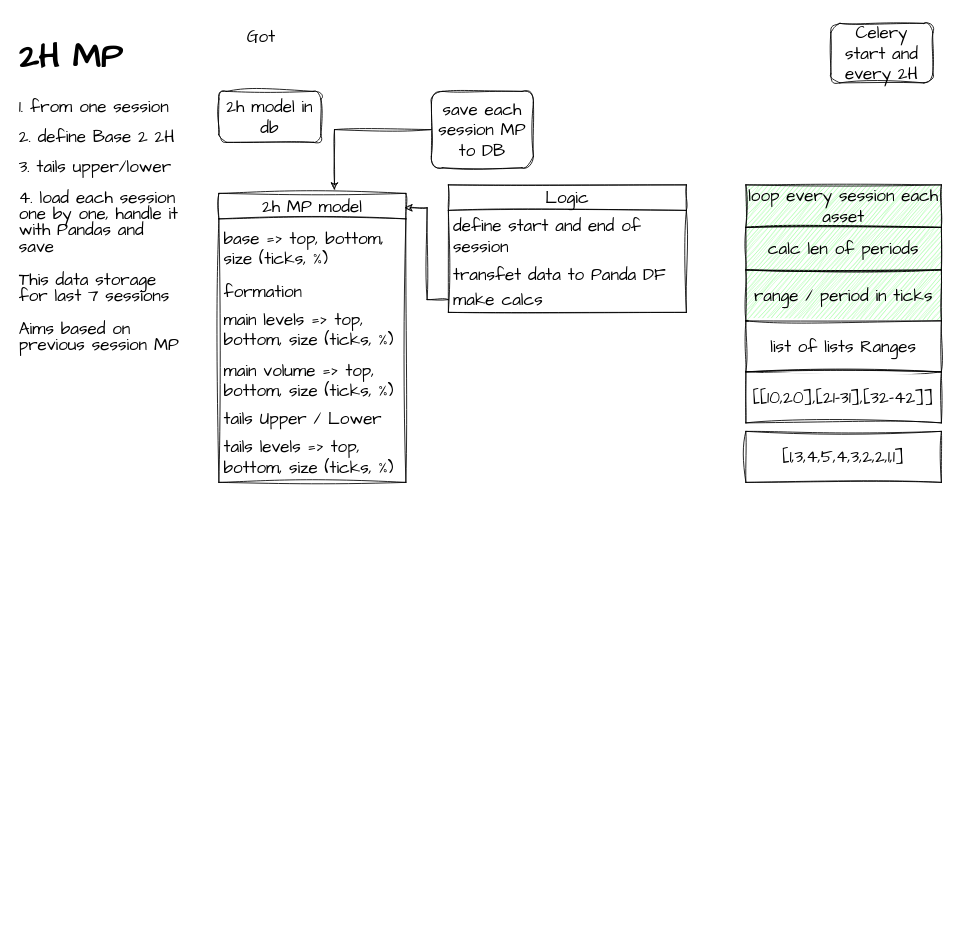
Above: page "2h_mp" (3 of 8) of structure.drawio in Kupavtsev/markets_data_handler (draw.io), before the change. Source tidied: cells renumbered, new cells numbered last; positions are measured from the earlier drawing's top-left corner, leaving out a move shared by most shapes. Both pictures are drawn from the tidied source at 85%, with x=0, y=0 at pixel (14, 23).
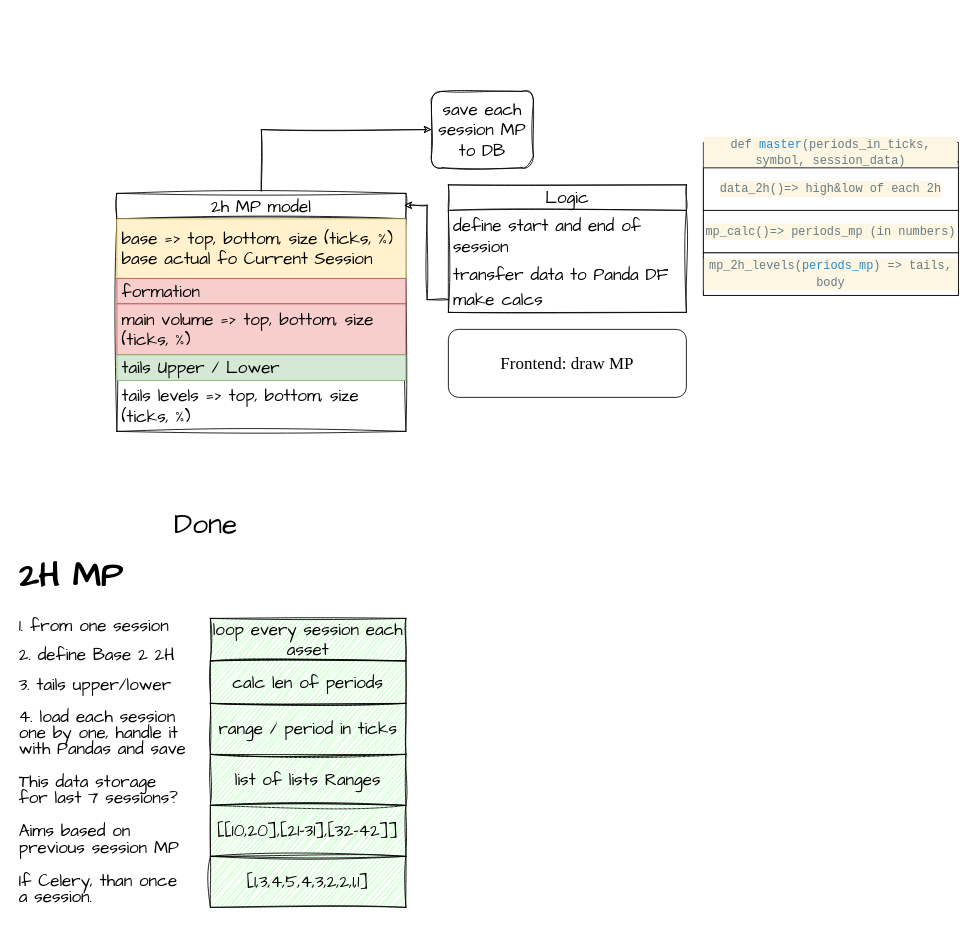
The same page after the edit.

Unchanged cells that the change refers to:
```xml
<mxCell id="5" value="save each session MP to DB" style="rounded=1;whiteSpace=wrap;html=1;sketch=1;hachureGap=4;jiggle=2;curveFitting=1;fontFamily=Architects Daughter;fontSize=20;" parent="1" vertex="1">
  <mxGeometry x="490" y="80" width="120" height="90" as="geometry" />
</mxCell>
<mxCell id="14" value="Logic" style="swimlane;fontStyle=0;horizontal=1;startSize=30;whiteSpace=wrap;html=1;sketch=1;hachureGap=4;jiggle=2;curveFitting=1;fontFamily=Architects Daughter;fontSize=20;" parent="1" vertex="1">
  <mxGeometry x="510" y="190" width="280" height="150" as="geometry" />
</mxCell>
```

Change to the diagram source:
```diff
@@
-    <mxCell id="2" value="2h model in db" style="rounded=1;whiteSpace=wrap;html=1;sketch=1;hachureGap=4;jiggle=2;curveFitting=1;fontFamily=Architects Daughter;fontSize=20;" parent="1" vertex="1">
-      <mxGeometry x="240" y="80" width="120" height="60" as="geometry" />
-    </mxCell>
-    <mxCell id="3" value="&lt;h1&gt;2H MP&lt;/h1&gt;&lt;p style=&quot;line-height: 75%;&quot;&gt;1. from one session&lt;/p&gt;&lt;p style=&quot;line-height: 75%;&quot;&gt;2. define Base 2 2H&lt;/p&gt;&lt;p style=&quot;line-height: 75%;&quot;&gt;3. tails upper/lower&lt;/p&gt;&lt;p style=&quot;line-height: 95%;&quot;&gt;4. load each session one by one, handle it with Pandas and save&lt;/p&gt;&lt;p style=&quot;line-height: 95%;&quot;&gt;This data storage for last 7 sessions&lt;/p&gt;&lt;p style=&quot;line-height: 95%;&quot;&gt;Aims based on previous session MP&lt;/p&gt;" style="text;html=1;strokeColor=none;fillColor=none;spacing=5;spacingTop=-20;whiteSpace=wrap;overflow=hidden;rounded=0;fontSize=20;fontFamily=Architects Daughter;" parent="1" vertex="1">
-      <mxGeometry width="200" height="410" as="geometry" />
+    <mxCell id="3" value="&lt;h1&gt;2H MP&lt;/h1&gt;&lt;p style=&quot;line-height: 75%;&quot;&gt;1. from one session&lt;/p&gt;&lt;p style=&quot;line-height: 75%;&quot;&gt;2. define Base 2 2H&lt;/p&gt;&lt;p style=&quot;line-height: 75%;&quot;&gt;3. tails upper/lower&lt;/p&gt;&lt;p style=&quot;line-height: 95%;&quot;&gt;4. load each session one by one, handle it with Pandas and save&lt;/p&gt;&lt;p style=&quot;line-height: 95%;&quot;&gt;This data storage for last 7 sessions?&lt;/p&gt;&lt;p style=&quot;line-height: 95%;&quot;&gt;Aims based on previous session MP&lt;/p&gt;&lt;p style=&quot;line-height: 95%;&quot;&gt;If Celery, than once a session.&lt;/p&gt;" style="text;html=1;strokeColor=none;fillColor=none;spacing=5;spacingTop=-20;whiteSpace=wrap;overflow=hidden;rounded=0;fontSize=20;fontFamily=Architects Daughter;" parent="1" vertex="1">
+      <mxGeometry y="610" width="210" height="460" as="geometry" />
     </mxCell>
-    <mxCell id="4" style="edgeStyle=orthogonalEdgeStyle;rounded=0;sketch=1;hachureGap=4;jiggle=2;curveFitting=1;jettySize=auto;html=1;exitX=0;exitY=0.5;exitDx=0;exitDy=0;entryX=0.618;entryY=-0.012;entryDx=0;entryDy=0;entryPerimeter=0;fontFamily=Architects Daughter;fontSize=16;" parent="1" edge="1" source="5" target="7">
-      <mxGeometry relative="1" as="geometry" />
-    </mxCell>
@@
-    <mxCell id="6" value="Got" style="text;html=1;strokeColor=none;fillColor=none;align=center;verticalAlign=middle;whiteSpace=wrap;rounded=0;fontSize=20;fontFamily=Architects Daughter;" parent="1" vertex="1">
-      <mxGeometry x="260" width="60" height="30" as="geometry" />
-    </mxCell>
+    <mxCell id="26" style="edgeStyle=orthogonalEdgeStyle;rounded=0;sketch=1;hachureGap=4;jiggle=2;curveFitting=1;jettySize=auto;html=1;exitX=0.5;exitY=0;exitDx=0;exitDy=0;entryX=0;entryY=0.5;entryDx=0;entryDy=0;fontFamily=Architects Daughter;fontSize=16;" parent="1" edge="1" source="7" target="5">
+      <mxGeometry relative="1" as="geometry" />
+    </mxCell>
     <mxCell id="7" value="2h MP model" style="swimlane;fontStyle=0;horizontal=1;startSize=30;whiteSpace=wrap;html=1;sketch=1;hachureGap=4;jiggle=2;curveFitting=1;fontFamily=Architects Daughter;fontSize=20;" parent="1" vertex="1">
-      <mxGeometry x="240" y="200" width="220" height="340" as="geometry" />
+      <mxGeometry x="120" y="200" width="340" height="280" as="geometry" />
     </mxCell>
-    <mxCell id="8" value="base =&amp;gt; top, bottom, size (ticks, %)" style="text;strokeColor=none;fillColor=none;align=left;verticalAlign=middle;spacingLeft=4;spacingRight=4;overflow=hidden;whiteSpace=wrap;html=1;fontSize=20;fontFamily=Architects Daughter;" parent="7" vertex="1">
-      <mxGeometry y="30" width="220" height="70" as="geometry" />
+    <mxCell id="8" value="base =&amp;gt; top, bottom, size (ticks, %)&lt;br&gt;base actual fo Current Session" style="text;strokeColor=#d6b656;fillColor=#fff2cc;align=left;verticalAlign=middle;spacingLeft=4;spacingRight=4;overflow=hidden;whiteSpace=wrap;html=1;fontSize=20;fontFamily=Architects Daughter;" parent="7" vertex="1">
+      <mxGeometry y="30" width="340" height="70" as="geometry" />
     </mxCell>
-    <mxCell id="9" value="formation" style="text;strokeColor=none;fillColor=none;align=left;verticalAlign=middle;spacingLeft=4;spacingRight=4;overflow=hidden;whiteSpace=wrap;html=1;fontSize=20;fontFamily=Architects Daughter;" parent="7" vertex="1">
-      <mxGeometry y="100" width="220" height="30" as="geometry" />
+    <mxCell id="9" value="formation" style="text;strokeColor=#b85450;fillColor=#f8cecc;align=left;verticalAlign=middle;spacingLeft=4;spacingRight=4;overflow=hidden;whiteSpace=wrap;html=1;fontSize=20;fontFamily=Architects Daughter;" parent="7" vertex="1">
+      <mxGeometry y="100" width="340" height="30" as="geometry" />
     </mxCell>
-    <mxCell id="10" value="main levels =&amp;gt; top, bottom, size (ticks, %)" style="text;strokeColor=none;fillColor=none;align=left;verticalAlign=middle;spacingLeft=4;spacingRight=4;overflow=hidden;whiteSpace=wrap;html=1;fontSize=20;fontFamily=Architects Daughter;" parent="7" vertex="1">
-      <mxGeometry y="130" width="220" height="60" as="geometry" />
-    </mxCell>
-    <mxCell id="11" value="main volume =&amp;gt; top, bottom, size (ticks, %)" style="text;strokeColor=none;fillColor=none;align=left;verticalAlign=middle;spacingLeft=4;spacingRight=4;overflow=hidden;whiteSpace=wrap;html=1;fontSize=20;fontFamily=Architects Daughter;" parent="7" vertex="1">
-      <mxGeometry y="190" width="220" height="60" as="geometry" />
+    <mxCell id="11" value="main volume =&amp;gt; top, bottom, size (ticks, %)" style="text;strokeColor=#b85450;fillColor=#f8cecc;align=left;verticalAlign=middle;spacingLeft=4;spacingRight=4;overflow=hidden;whiteSpace=wrap;html=1;fontSize=20;fontFamily=Architects Daughter;" parent="7" vertex="1">
+      <mxGeometry y="130" width="340" height="60" as="geometry" />
     </mxCell>
-    <mxCell id="12" value="tails Upper / Lower" style="text;strokeColor=none;fillColor=none;align=left;verticalAlign=middle;spacingLeft=4;spacingRight=4;overflow=hidden;whiteSpace=wrap;html=1;fontSize=20;fontFamily=Architects Daughter;" parent="7" vertex="1">
-      <mxGeometry y="250" width="220" height="30" as="geometry" />
+    <mxCell id="12" value="tails Upper / Lower" style="text;strokeColor=#82b366;fillColor=#d5e8d4;align=left;verticalAlign=middle;spacingLeft=4;spacingRight=4;overflow=hidden;whiteSpace=wrap;html=1;fontSize=20;fontFamily=Architects Daughter;" parent="7" vertex="1">
+      <mxGeometry y="190" width="340" height="30" as="geometry" />
     </mxCell>
     <mxCell id="13" value="tails levels =&amp;gt; top, bottom, size (ticks, %)" style="text;strokeColor=none;fillColor=none;align=left;verticalAlign=middle;spacingLeft=4;spacingRight=4;overflow=hidden;whiteSpace=wrap;html=1;fontSize=20;fontFamily=Architects Daughter;" parent="7" vertex="1">
-      <mxGeometry y="280" width="220" height="60" as="geometry" />
+      <mxGeometry y="220" width="340" height="60" as="geometry" />
     </mxCell>
@@
-    <mxCell id="16" value="transfet data to Panda DF" style="text;strokeColor=none;fillColor=none;align=left;verticalAlign=middle;spacingLeft=4;spacingRight=4;overflow=hidden;whiteSpace=wrap;html=1;fontSize=20;fontFamily=Architects Daughter;" parent="14" vertex="1">
+    <mxCell id="16" value="transfer data to Panda DF" style="text;strokeColor=none;fillColor=none;align=left;verticalAlign=middle;spacingLeft=4;spacingRight=4;overflow=hidden;whiteSpace=wrap;html=1;fontSize=20;fontFamily=Architects Daughter;" parent="14" vertex="1">
       <mxGeometry y="90" width="280" height="30" as="geometry" />
     </mxCell>
@@
-    <mxCell id="19" value="Celery&lt;br&gt;start and every 2H" style="rounded=1;whiteSpace=wrap;html=1;sketch=1;hachureGap=4;jiggle=2;curveFitting=1;fontFamily=Architects Daughter;fontSize=20;" parent="1" vertex="1">
-      <mxGeometry x="960" width="120" height="70" as="geometry" />
-    </mxCell>
     <mxCell id="20" value="calc len of periods" style="rounded=0;whiteSpace=wrap;html=1;sketch=1;hachureGap=4;jiggle=2;curveFitting=1;fontFamily=Architects Daughter;fontSize=20;fillColor=#99FF99;" parent="1" vertex="1">
-      <mxGeometry x="860" y="240" width="230" height="50" as="geometry" />
+      <mxGeometry x="230" y="750" width="230" height="50" as="geometry" />
     </mxCell>
     <mxCell id="21" value="range / period in ticks" style="rounded=0;whiteSpace=wrap;html=1;sketch=1;hachureGap=4;jiggle=2;curveFitting=1;fontFamily=Architects Daughter;fontSize=20;fillColor=#99FF99;" parent="1" vertex="1">
-      <mxGeometry x="860" y="290" width="230" height="60" as="geometry" />
+      <mxGeometry x="230" y="800" width="230" height="60" as="geometry" />
     </mxCell>
-    <mxCell id="22" value="list of lists Ranges" style="rounded=0;whiteSpace=wrap;html=1;sketch=1;hachureGap=4;jiggle=2;curveFitting=1;fontFamily=Architects Daughter;fontSize=20;" parent="1" vertex="1">
-      <mxGeometry x="860" y="350" width="230" height="60" as="geometry" />
+    <mxCell id="22" value="list of lists Ranges" style="rounded=0;whiteSpace=wrap;html=1;sketch=1;hachureGap=4;jiggle=2;curveFitting=1;fontFamily=Architects Daughter;fontSize=20;fillColor=#99FF99;" parent="1" vertex="1">
+      <mxGeometry x="230" y="860" width="230" height="60" as="geometry" />
     </mxCell>
-    <mxCell id="23" value="[[10,20],[21-31],[32-42]]" style="rounded=0;whiteSpace=wrap;html=1;sketch=1;hachureGap=4;jiggle=2;curveFitting=1;fontFamily=Architects Daughter;fontSize=20;" parent="1" vertex="1">
-      <mxGeometry x="860" y="410" width="230" height="60" as="geometry" />
+    <mxCell id="23" value="[[10,20],[21-31],[32-42]]" style="rounded=0;whiteSpace=wrap;html=1;sketch=1;hachureGap=4;jiggle=2;curveFitting=1;fontFamily=Architects Daughter;fontSize=20;fillColor=#99FF99;" parent="1" vertex="1">
+      <mxGeometry x="230" y="920" width="230" height="60" as="geometry" />
     </mxCell>
-    <mxCell id="24" value="[1,3,4,5,4,3,2,2,1,1]" style="rounded=0;whiteSpace=wrap;html=1;sketch=1;hachureGap=4;jiggle=2;curveFitting=1;fontFamily=Architects Daughter;fontSize=20;" parent="1" vertex="1">
-      <mxGeometry x="860" y="480" width="230" height="60" as="geometry" />
+    <mxCell id="24" value="[1,3,4,5,4,3,2,2,1,1]" style="rounded=0;whiteSpace=wrap;html=1;sketch=1;hachureGap=4;jiggle=2;curveFitting=1;fontFamily=Architects Daughter;fontSize=20;fillColor=#99FF99;" parent="1" vertex="1">
+      <mxGeometry x="230" y="980" width="230" height="60" as="geometry" />
     </mxCell>
     <mxCell id="25" value="loop every session each asset" style="rounded=0;whiteSpace=wrap;html=1;sketch=1;hachureGap=4;jiggle=2;curveFitting=1;fontFamily=Architects Daughter;fontSize=20;fillColor=#99FF99;" parent="1" vertex="1">
-      <mxGeometry x="860" y="190" width="230" height="50" as="geometry" />
+      <mxGeometry x="230" y="700" width="230" height="50" as="geometry" />
     </mxCell>
+    <mxCell id="27" value="&lt;font style=&quot;font-size: 33px;&quot;&gt;Done&lt;/font&gt;" style="text;html=1;strokeColor=none;fillColor=none;align=center;verticalAlign=middle;whiteSpace=wrap;rounded=0;fontSize=20;fontFamily=Architects Daughter;" parent="1" vertex="1">
+      <mxGeometry x="100" y="570" width="250" height="40" as="geometry" />
+    </mxCell>
+    <mxCell id="28" value="&lt;font face=&quot;Times New Roman&quot;&gt;Frontend: draw MP&lt;/font&gt;" style="rounded=1;whiteSpace=wrap;html=1;hachureGap=4;fontFamily=Architects Daughter;fontSize=20;" parent="1" vertex="1">
+      <mxGeometry x="510" y="360" width="280" height="80" as="geometry" />
+    </mxCell>
+    <mxCell id="29" value="&lt;div style=&quot;color: rgb(101, 123, 131); background-color: rgb(253, 246, 227); font-family: Consolas, &amp;quot;Courier New&amp;quot;, monospace; font-weight: normal; font-size: 14px; line-height: 19px;&quot;&gt;def &lt;span style=&quot;color: #268bd2;&quot;&gt;master&lt;/span&gt;(periods_in_ticks, symbol, session_data)&lt;/div&gt;" style="swimlane;whiteSpace=wrap;html=1;hachureGap=4;fontFamily=Architects Daughter;fontSize=20;" parent="1" vertex="1">
+      <mxGeometry x="810" y="140" width="300" height="180" as="geometry" />
+    </mxCell>
+    <mxCell id="30" value="&lt;div style=&quot;color: rgb(101, 123, 131); background-color: rgb(253, 246, 227); font-family: Consolas, &amp;quot;Courier New&amp;quot;, monospace; font-size: 14px; line-height: 19px;&quot;&gt;data_2h()=&amp;gt; high&amp;amp;low of each 2h&lt;/div&gt;" style="rounded=0;whiteSpace=wrap;html=1;hachureGap=4;fontFamily=Architects Daughter;fontSize=20;" parent="29" vertex="1">
+      <mxGeometry y="30" width="300" height="50" as="geometry" />
+    </mxCell>
+    <mxCell id="31" value="&lt;div style=&quot;color: rgb(101, 123, 131); background-color: rgb(253, 246, 227); font-family: Consolas, &amp;quot;Courier New&amp;quot;, monospace; font-size: 14px; line-height: 19px;&quot;&gt;mp_calc()=&amp;gt; periods_mp (in numbers)&lt;/div&gt;" style="rounded=0;whiteSpace=wrap;html=1;hachureGap=4;fontFamily=Architects Daughter;fontSize=20;" parent="29" vertex="1">
+      <mxGeometry y="80" width="300" height="50" as="geometry" />
+    </mxCell>
+    <mxCell id="32" value="&lt;div style=&quot;color: rgb(101, 123, 131); background-color: rgb(253, 246, 227); font-family: Consolas, &amp;quot;Courier New&amp;quot;, monospace; font-size: 14px; line-height: 19px;&quot;&gt;mp_2h_levels(&lt;span style=&quot;color: #268bd2;&quot;&gt;periods_mp&lt;/span&gt;) =&amp;gt; tails, body&lt;/div&gt;" style="rounded=0;whiteSpace=wrap;html=1;hachureGap=4;fontFamily=Architects Daughter;fontSize=20;" parent="29" vertex="1">
+      <mxGeometry y="130" width="300" height="50" as="geometry" />
+    </mxCell>
```
